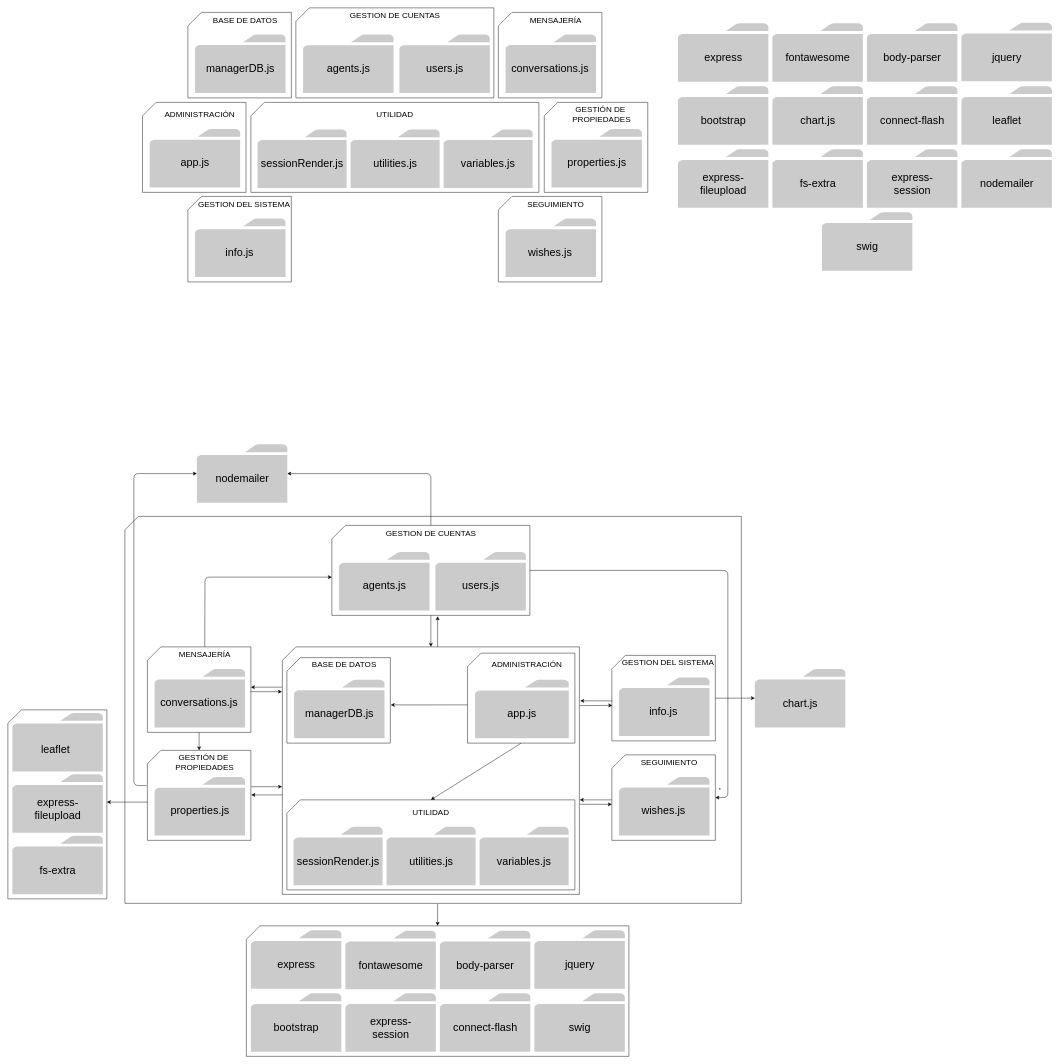
This is material util/Esquemas/subsistemasypaquetes.drawio from golmenero/tfg_inmobiliaria, a draw.io file, before an edit. Source tidied: cells renumbered, new cells numbered last; positions are measured from the earlier drawing's top-left corner, leaving out a move shared by most shapes. Both pictures are drawn from the tidied source at 45%, with x=0, y=0 at pixel (8, 8).
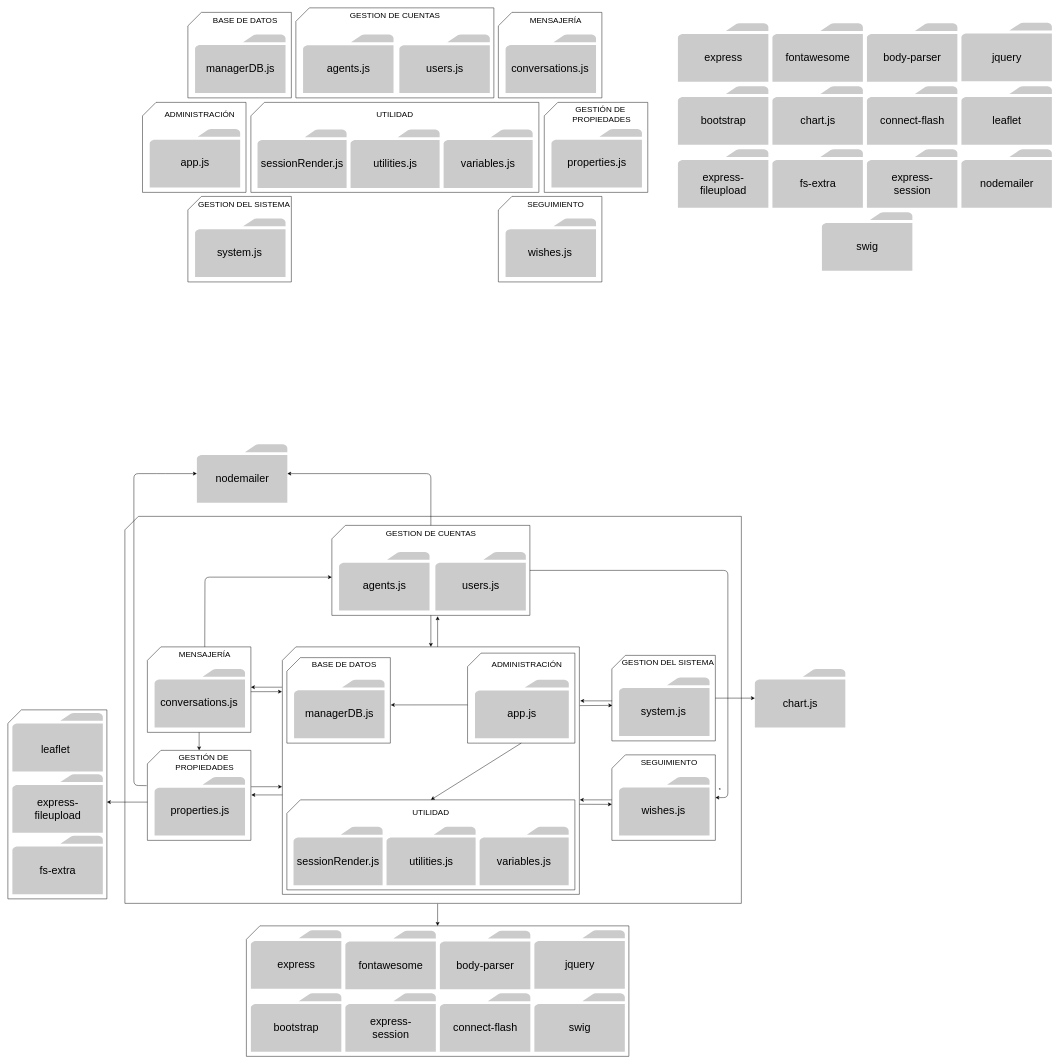
The same diagram, later.

Unchanged cells that the change refers to:
```xml
<mxCell id="52" style="group;" parent="51" vertex="1">
  <mxGeometry width="230" height="190" as="geometry" />
</mxCell>
<mxCell id="116" style="group;" parent="115" vertex="1">
  <mxGeometry width="230" height="190" as="geometry" />
</mxCell>
```

Diff of the diagram source:
```diff
@@
-    <mxCell id="56" value="&lt;span style=&quot;font-size: 24px&quot;&gt;info.js&lt;/span&gt;" style="text;html=1;strokeColor=none;fillColor=none;align=center;verticalAlign=middle;whiteSpace=wrap;rounded=0;" parent="52" vertex="1">
+    <mxCell id="56" value="&lt;span style=&quot;font-size: 24px&quot;&gt;system.js&lt;/span&gt;" style="text;html=1;strokeColor=none;fillColor=none;align=center;verticalAlign=middle;whiteSpace=wrap;rounded=0;" parent="52" vertex="1">
       <mxGeometry x="43" y="100" width="144" height="47.7" as="geometry" />
     </mxCell>
@@
-    <mxCell id="120" value="&lt;span style=&quot;font-size: 24px&quot;&gt;info.js&lt;/span&gt;" style="text;html=1;strokeColor=none;fillColor=none;align=center;verticalAlign=middle;whiteSpace=wrap;rounded=0;" parent="116" vertex="1">
+    <mxCell id="120" value="&lt;span style=&quot;font-size: 24px&quot;&gt;system.js&lt;/span&gt;" style="text;html=1;strokeColor=none;fillColor=none;align=center;verticalAlign=middle;whiteSpace=wrap;rounded=0;" parent="116" vertex="1">
       <mxGeometry x="43" y="100" width="144" height="47.7" as="geometry" />
     </mxCell>
```
